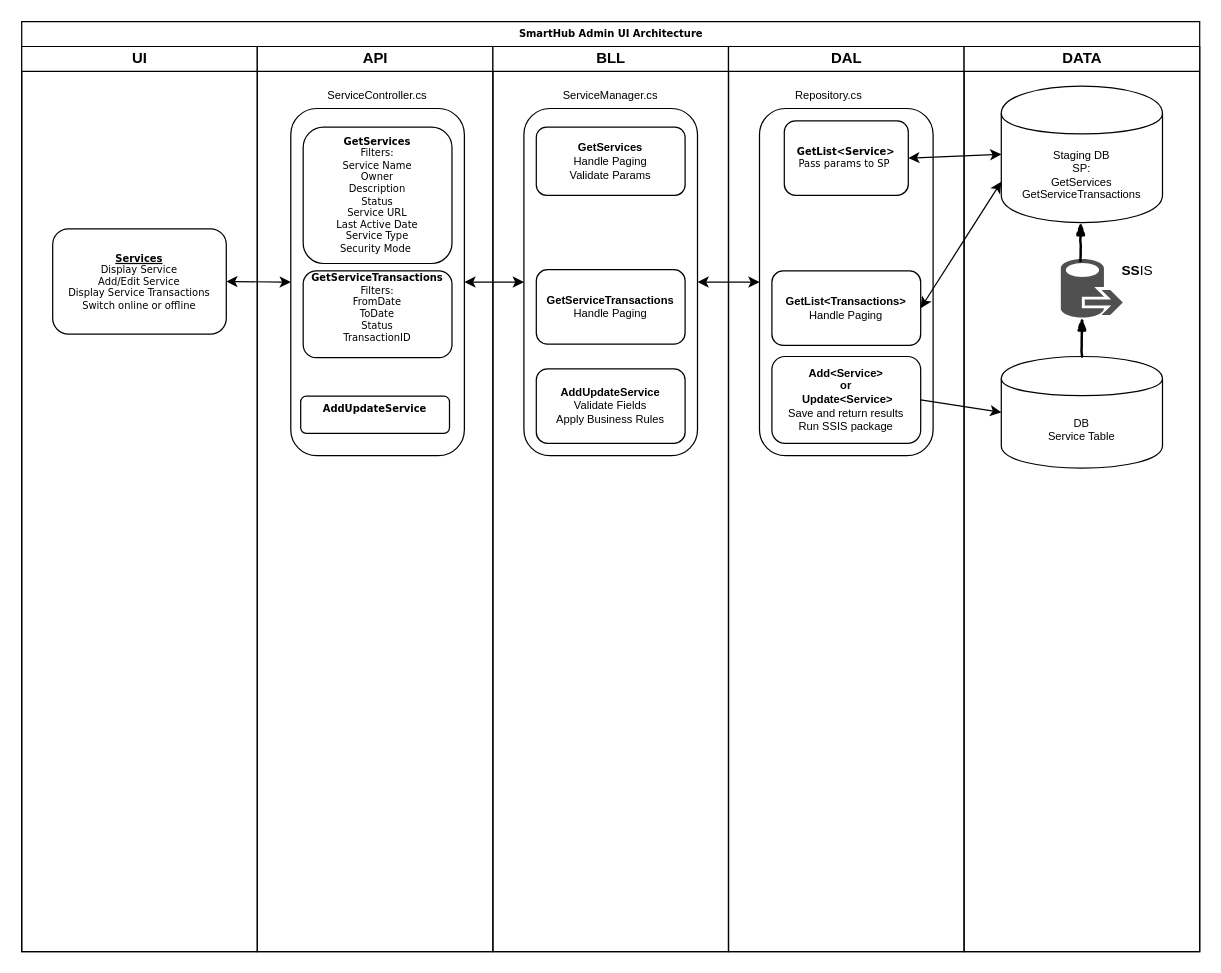
Earlier version of the draw.io diagram SHAdminUI-Service-Functionality.drawio (Cyrolies/TigersFreightDocs). Source tidied: cells renumbered, new cells numbered last; positions are measured from the earlier drawing's top-left corner, leaving out a move shared by most shapes. Both pictures are drawn from the tidied source at 124%, with x=0, y=0 at pixel (21, 21).
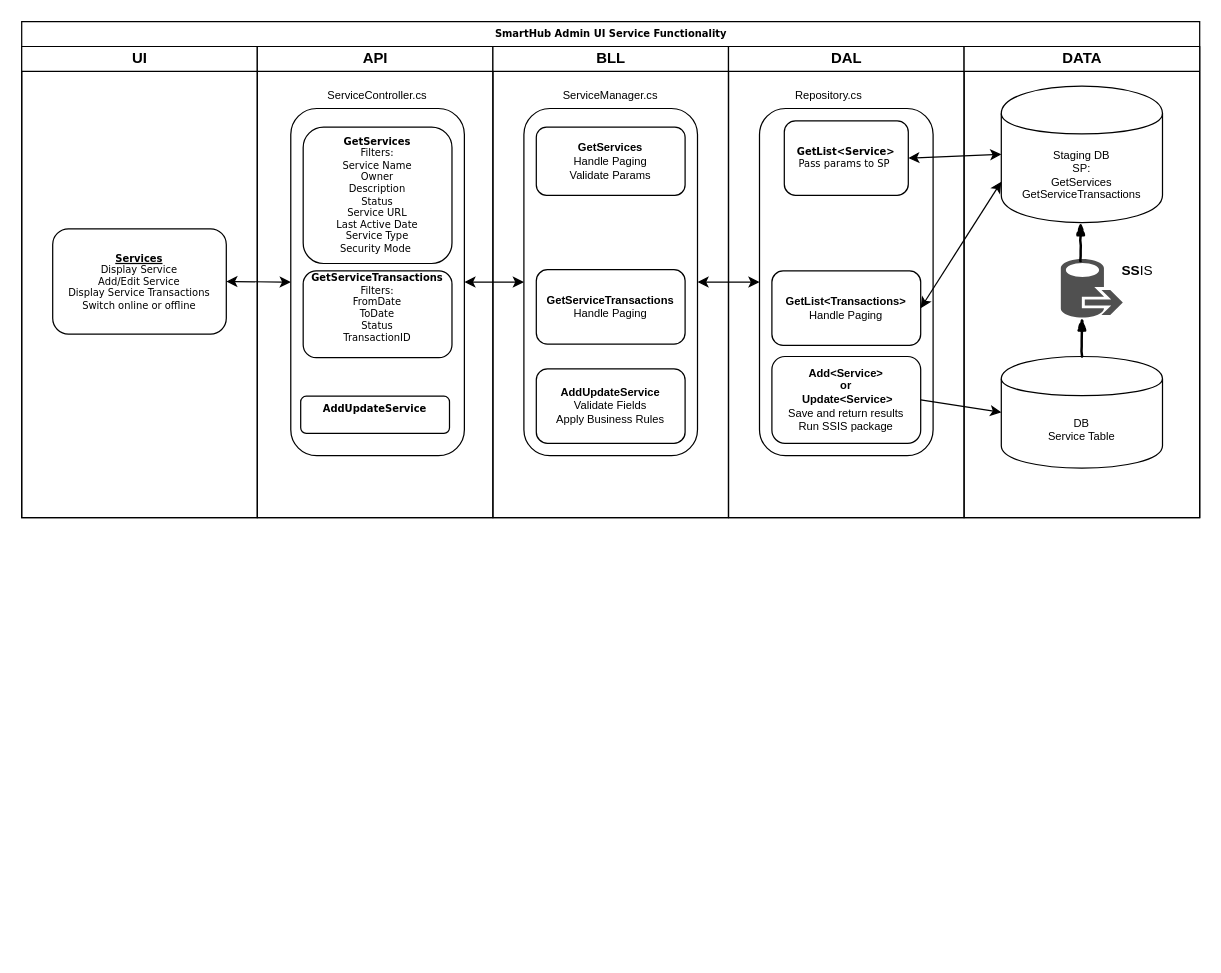
The same page after the edit.

Change to the diagram source:
```diff
@@
-    <mxCell id="2" value="SmartHub Admin UI Architecture" style="swimlane;html=1;startSize=20;rounded=0;shadow=0;labelBackgroundColor=none;strokeColor=#000000;strokeWidth=1;fillColor=#ffffff;fontFamily=Verdana;fontSize=8;fontColor=#000000;align=center;" parent="1" vertex="1">
-      <mxGeometry width="950" height="750" as="geometry" />
+    <mxCell id="2" value="SmartHub Admin UI Service Functionality" style="swimlane;html=1;startSize=20;rounded=0;shadow=0;labelBackgroundColor=none;strokeColor=#000000;strokeWidth=1;fillColor=#ffffff;fontFamily=Verdana;fontSize=8;fontColor=#000000;align=center;" parent="1" vertex="1">
+      <mxGeometry width="950" height="400" as="geometry" />
     </mxCell>
     <mxCell id="3" value="UI" style="swimlane;html=1;startSize=20;" parent="2" vertex="1">
-      <mxGeometry y="20" width="190" height="730" as="geometry" />
+      <mxGeometry y="20" width="190" height="380" as="geometry" />
     </mxCell>
@@
     <mxCell id="5" value="API" style="swimlane;html=1;startSize=20;" parent="2" vertex="1">
-      <mxGeometry x="190" y="20" width="190" height="730" as="geometry" />
+      <mxGeometry x="190" y="20" width="190" height="380" as="geometry" />
     </mxCell>
@@
     <mxCell id="11" value="BLL" style="swimlane;html=1;startSize=20;" parent="2" vertex="1">
-      <mxGeometry x="380" y="20" width="190" height="730" as="geometry" />
+      <mxGeometry x="380" y="20" width="190" height="380" as="geometry" />
     </mxCell>
@@
     <mxCell id="17" value="DAL" style="swimlane;html=1;startSize=20;" parent="2" vertex="1">
-      <mxGeometry x="570" y="20" width="190" height="730" as="geometry" />
+      <mxGeometry x="570" y="20" width="190" height="380" as="geometry" />
     </mxCell>
@@
     <mxCell id="23" value="DATA" style="swimlane;html=1;startSize=20;align=center;" parent="2" vertex="1">
-      <mxGeometry x="760" y="20" width="190" height="730" as="geometry" />
+      <mxGeometry x="760" y="20" width="190" height="380" as="geometry" />
     </mxCell>
```
